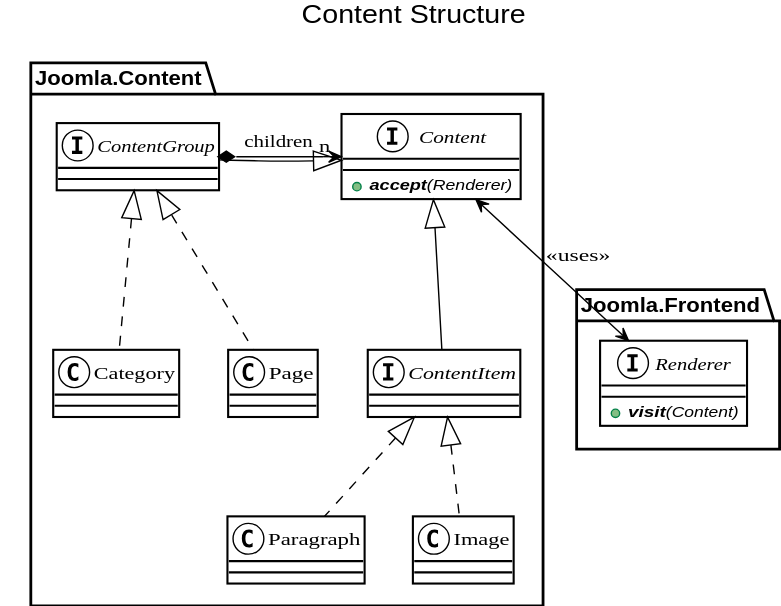
Before: svg/class-content.svg, a diagram exported from PlantUML (nibralab/joomla-architecture). Its source is kept beside it as src/class-content.puml.
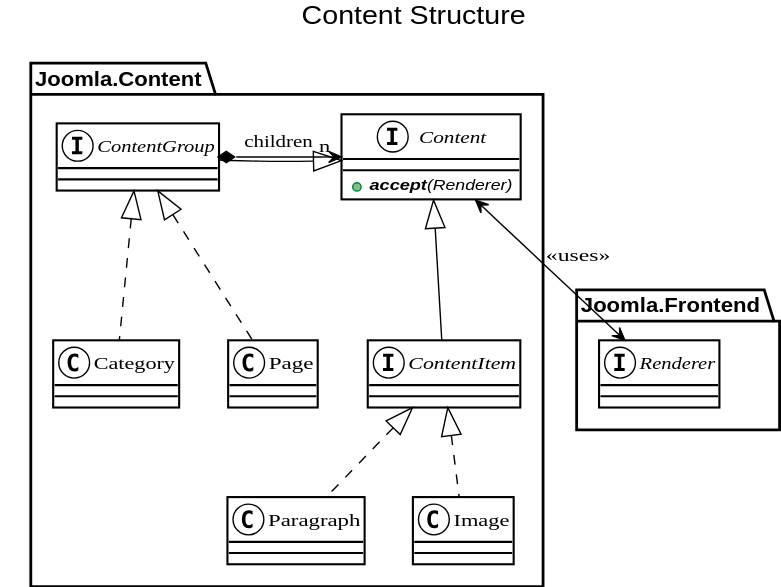
Above is the later version.

Change to the diagram source:
```diff
@@ -20,7 +20,6 @@
 
 namespace Joomla.Frontend {
     interface Renderer {
-        +{abstract} <b>visit</b>(Content)
     }
 }
 
```
